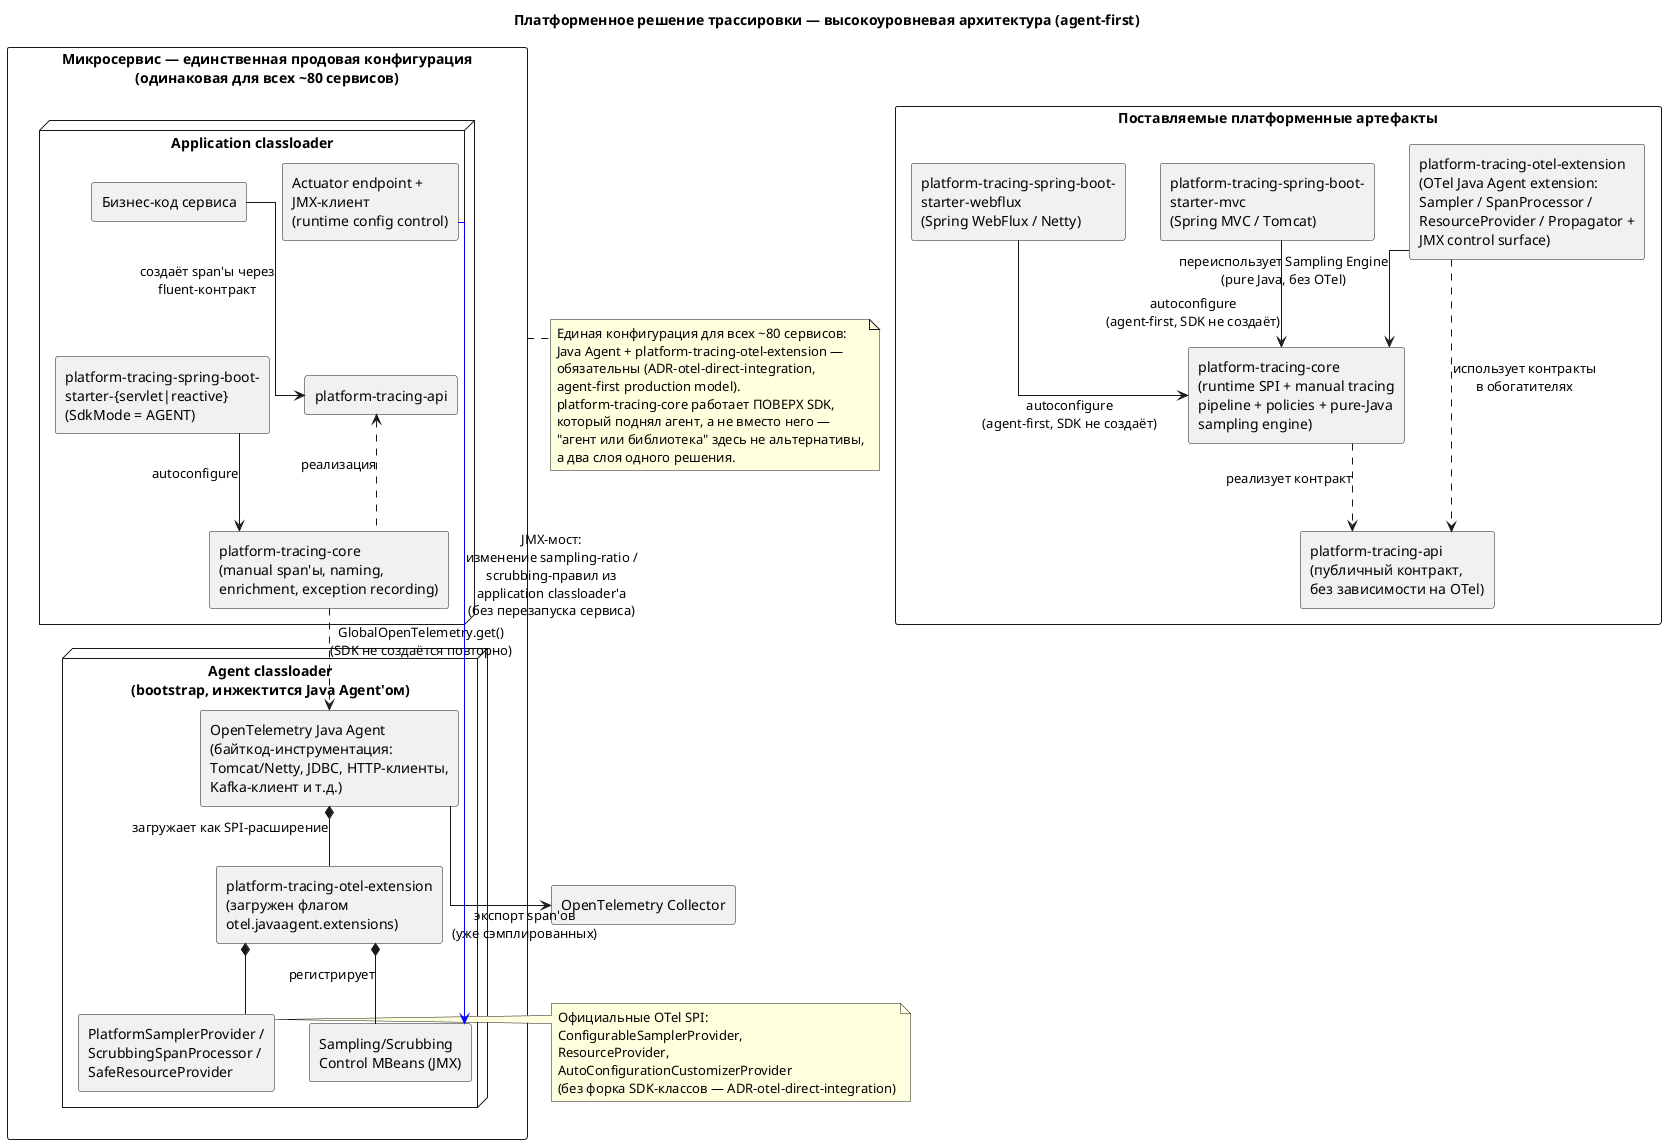
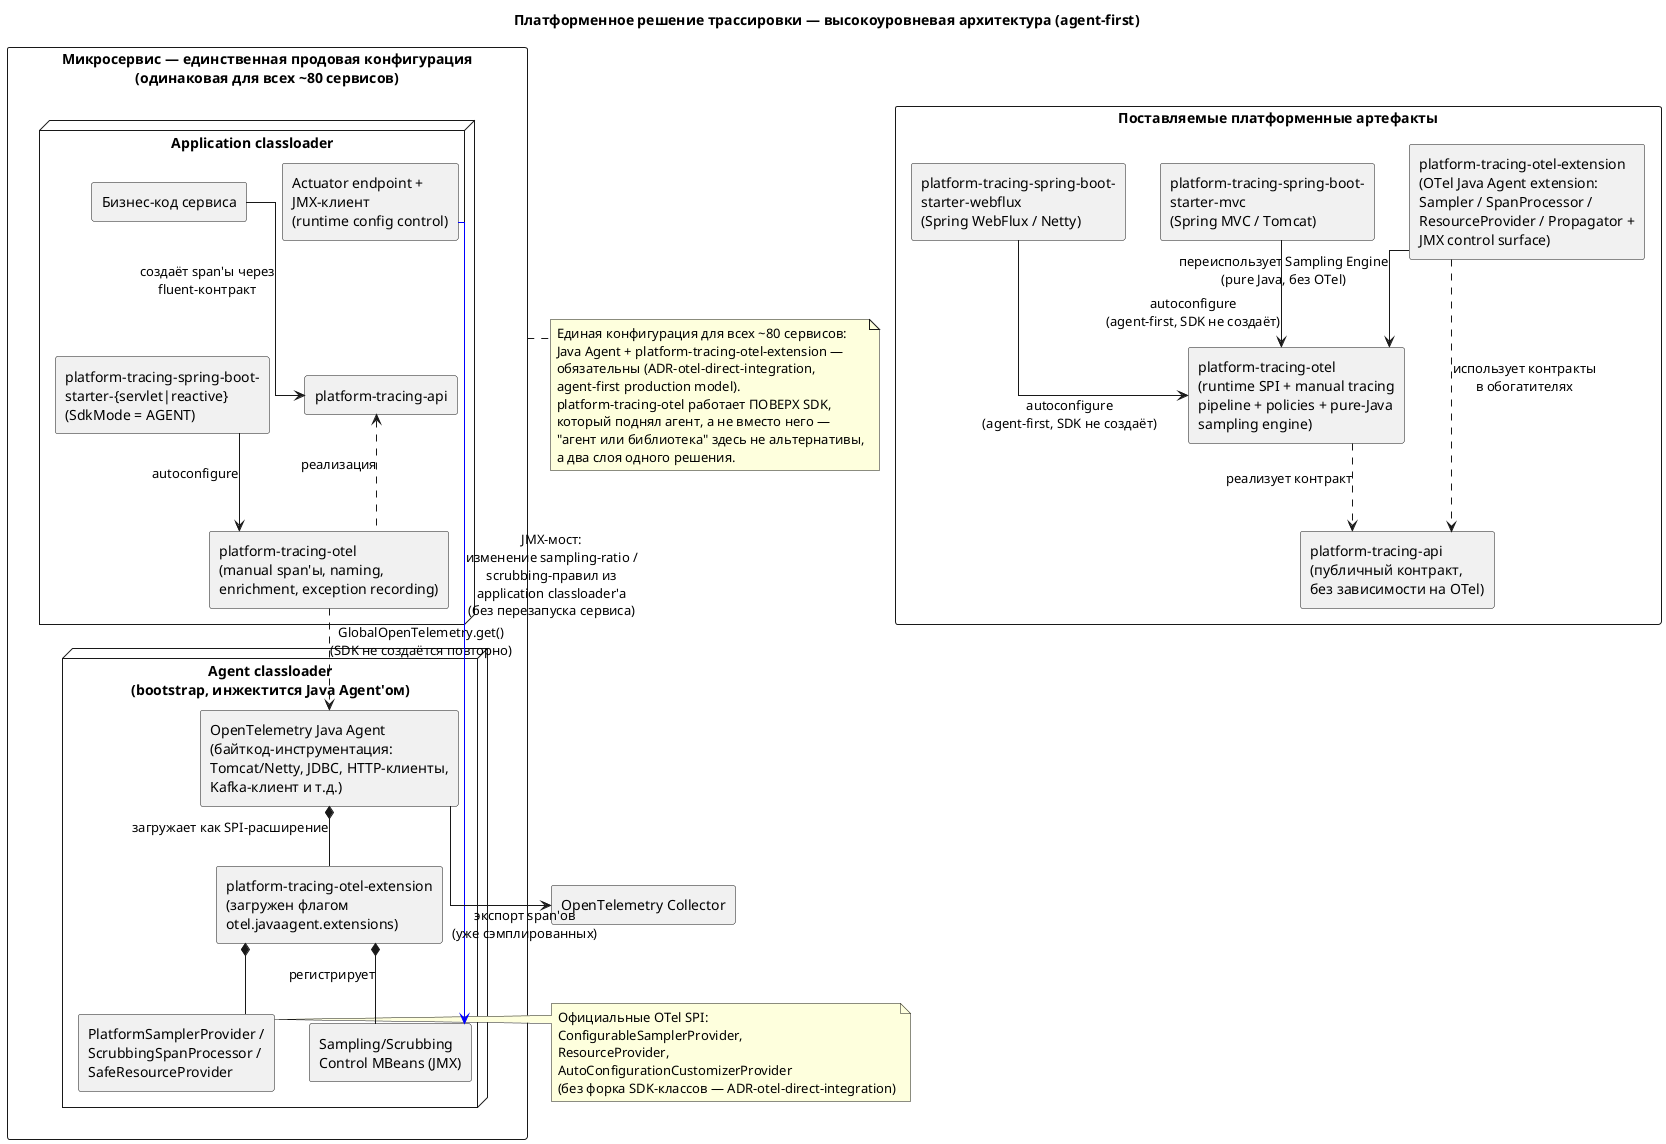
@startuml
title Платформенное решение трассировки — высокоуровневая архитектура (agent-first)
skinparam componentStyle rectangle
skinparam linetype ortho
skinparam packageStyle rectangle

package "Поставляемые платформенные артефакты" {
  component "platform-tracing-api\n(публичный контракт,\nбез зависимости на OTel)" as API
-   component "platform-tracing-core\n(runtime SPI + manual tracing\npipeline + policies + pure-Java\nsampling engine)" as CORE
+   component "platform-tracing-otel\n(runtime SPI + manual tracing\npipeline + policies + pure-Java\nsampling engine)" as CORE
  component "platform-tracing-otel-extension\n(OTel Java Agent extension:\nSampler / SpanProcessor /\nResourceProvider / Propagator +\nJMX control surface)" as EXT
  component "platform-tracing-spring-boot-\nstarter-mvc\n(Spring MVC / Tomcat)" as ST_SERVLET
  component "platform-tracing-spring-boot-\nstarter-webflux\n(Spring WebFlux / Netty)" as ST_REACTIVE
}

CORE ..> API : реализует контракт
EXT ..> API : использует контракты\nв обогатителях
EXT --> CORE : переиспользует Sampling Engine\n(pure Java, без OTel)
ST_SERVLET --> CORE : autoconfigure\n(agent-first, SDK не создаёт)
ST_REACTIVE --> CORE : autoconfigure\n(agent-first, SDK не создаёт)

component "OpenTelemetry Collector" as COLLECTOR

package "Микросервис — единственная продовая конфигурация\n(одинаковая для всех ~80 сервисов)" as SERVICE {

  node "Agent classloader\n(bootstrap, инжектится Java Agent'ом)" as AGENT_CL {
    component "OpenTelemetry Java Agent\n(байткод-инструментация:\nTomcat/Netty, JDBC, HTTP-клиенты,\nKafka-клиент и т.д.)" as AGENT
    component "platform-tracing-otel-extension\n(загружен флагом\notel.javaagent.extensions)" as EXT_RT
    component "PlatformSamplerProvider /\nScrubbingSpanProcessor /\nSafeResourceProvider" as SPI_IMPL
    component "Sampling/Scrubbing\nControl MBeans (JMX)" as MBEANS
  }

  node "Application classloader" as APP_CL {
    component "Бизнес-код сервиса" as APP
    component "platform-tracing-api" as API_RT
    component "platform-tracing-spring-boot-\nstarter-{servlet|reactive}\n(SdkMode = AGENT)" as STARTER_RT
-     component "platform-tracing-core\n(manual span'ы, naming,\nenrichment, exception recording)" as CORE_RT
+     component "platform-tracing-otel\n(manual span'ы, naming,\nenrichment, exception recording)" as CORE_RT
    component "Actuator endpoint +\nJMX-клиент\n(runtime config control)" as JMXCLIENT
  }

  AGENT *-- EXT_RT : загружает как SPI-расширение
  EXT_RT *-- SPI_IMPL
  EXT_RT *-- MBEANS : регистрирует

  APP --> API_RT : создаёт span'ы через\nfluent-контракт
  API_RT <.. CORE_RT : реализация
  STARTER_RT --> CORE_RT : autoconfigure

  CORE_RT ..> AGENT : GlobalOpenTelemetry.get()\n(SDK не создаётся повторно)

  JMXCLIENT -[#blue]-> MBEANS : JMX-мост:\nизменение sampling-ratio /\nscrubbing-правил из\napplication classloader'а\n(без перезапуска сервиса)

  AGENT --> COLLECTOR : экспорт span'ов\n(уже сэмплированных)
}

note bottom of SERVICE
  Единая конфигурация для всех ~80 сервисов:
  Java Agent + platform-tracing-otel-extension —
  обязательны (ADR-otel-direct-integration,
  agent-first production model).
-   platform-tracing-core работает ПОВЕРХ SDK,
+   platform-tracing-otel работает ПОВЕРХ SDK,
  который поднял агент, а не вместо него —
  "агент или библиотека" здесь не альтернативы,
  а два слоя одного решения.
end note

note right of SPI_IMPL
  Официальные OTel SPI:
  ConfigurableSamplerProvider,
  ResourceProvider,
  AutoConfigurationCustomizerProvider
  (без форка SDK-классов — ADR-otel-direct-integration)
end note

@enduml